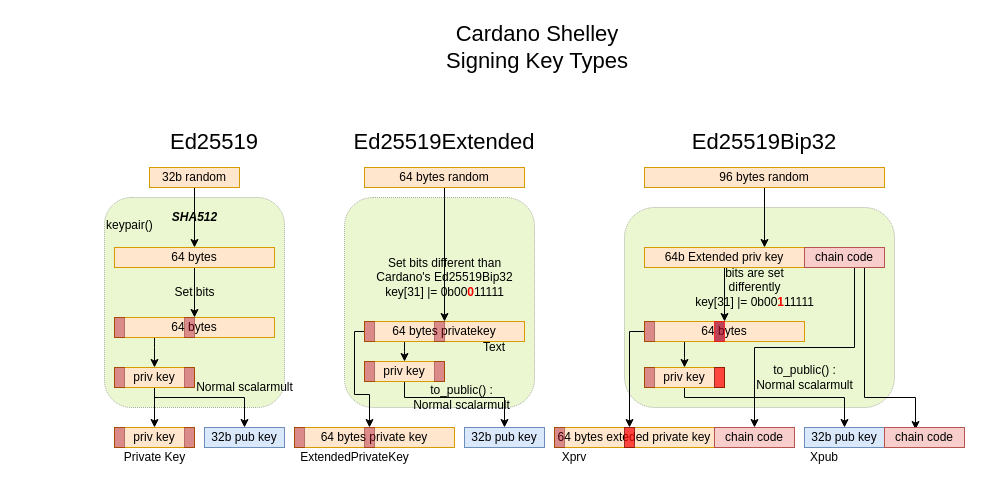
ilap/ShelleyStuffs keeps this draw.io diagram as diagrams/Ed25519 Types.drawio. Above is the earlier version. Source tidied: cells renumbered, new cells numbered last; positions are measured from the earlier drawing's top-left corner, leaving out a move shared by most shapes. Both pictures are drawn from the tidied source at 100%, with x=0, y=0 at pixel (104, 17).
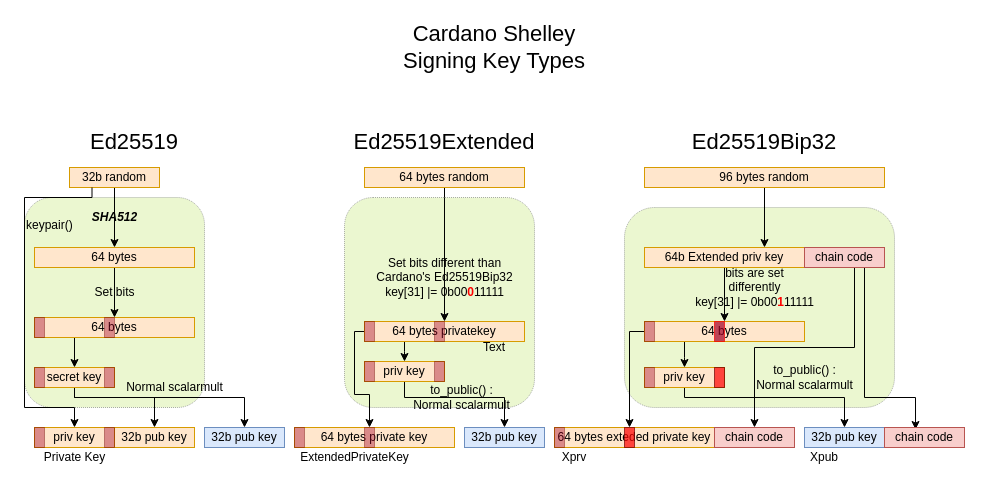
The same diagram, later.

Change to the diagram source:
```diff
@@
     <mxCell id="2" value="&lt;br&gt;keypair()" style="rounded=1;whiteSpace=wrap;html=1;fontSize=12;opacity=40;align=left;verticalAlign=top;dashed=1;dashPattern=1 1;fillColor=#cdeb8b;strokeColor=#36393d;" parent="1" vertex="1">
-      <mxGeometry y="180" width="180" height="210" as="geometry" />
+      <mxGeometry x="-80" y="180" width="180" height="210" as="geometry" />
     </mxCell>
@@
     <mxCell id="10" value="Cardano Shelley &lt;br&gt;Signing Key Types " style="text;html=1;strokeColor=none;fillColor=none;align=center;verticalAlign=middle;whiteSpace=wrap;rounded=0;fontSize=22;" parent="1" vertex="1">
-      <mxGeometry x="252" width="362" height="60" as="geometry" />
+      <mxGeometry x="209" width="362" height="60" as="geometry" />
     </mxCell>
     <mxCell id="11" value="Ed25519" style="text;html=1;strokeColor=none;fillColor=none;align=center;verticalAlign=middle;whiteSpace=wrap;rounded=0;fontSize=22;" parent="1" vertex="1">
-      <mxGeometry x="55" y="110" width="110" height="30" as="geometry" />
+      <mxGeometry x="-25" y="110" width="110" height="30" as="geometry" />
     </mxCell>
@@
     <mxCell id="15" value="32b random" style="rounded=0;whiteSpace=wrap;html=1;fontSize=12;align=center;fillColor=#ffe6cc;strokeColor=#d79b00;" parent="1" vertex="1">
-      <mxGeometry x="45" y="150" width="90" height="20" as="geometry" />
+      <mxGeometry x="-35" y="150" width="90" height="20" as="geometry" />
     </mxCell>
@@
     <mxCell id="26" value="64 bytes" style="rounded=0;whiteSpace=wrap;html=1;fontSize=12;align=center;fillColor=#ffe6cc;strokeColor=#d79b00;fontStyle=0;" parent="1" vertex="1">
-      <mxGeometry x="10" y="230" width="160" height="20" as="geometry" />
+      <mxGeometry x="-70" y="230" width="160" height="20" as="geometry" />
     </mxCell>
-    <mxCell id="27" style="edgeStyle=orthogonalEdgeStyle;rounded=0;jettySize=auto;html=1;entryX=0.5;entryY=0;entryDx=0;entryDy=0;fontSize=12;entryPerimeter=0;" parent="1" edge="1" source="28" target="34">
+    <mxCell id="27" style="edgeStyle=orthogonalEdgeStyle;rounded=0;jettySize=auto;html=1;entryX=0.5;entryY=0;entryDx=0;entryDy=0;fontSize=12;exitX=0.25;exitY=1;exitDx=0;exitDy=0;" parent="1" edge="1" source="15" target="37">
       <mxGeometry relative="1" as="geometry">
         <Array as="points">
-          <mxPoint x="50" y="330" />
-          <mxPoint x="50" y="330" />
+          <mxPoint x="-12" y="180" />
+          <mxPoint x="-80" y="180" />
+          <mxPoint x="-80" y="390" />
+          <mxPoint x="-30" y="390" />
         </Array>
       </mxGeometry>
     </mxCell>
+    <mxCell id="68" style="edgeStyle=orthogonalEdgeStyle;rounded=0;jettySize=auto;html=1;entryX=0.5;entryY=0;entryDx=0;entryDy=0;exitX=0.25;exitY=1;exitDx=0;exitDy=0;" parent="1" edge="1" source="28" target="34">
+      <mxGeometry relative="1" as="geometry" />
+    </mxCell>
     <mxCell id="28" value="64 bytes" style="rounded=0;whiteSpace=wrap;html=1;fontSize=12;align=center;fillColor=#ffe6cc;strokeColor=#d79b00;fontStyle=0;" parent="1" vertex="1">
-      <mxGeometry x="10" y="300" width="160" height="20" as="geometry" />
+      <mxGeometry x="-70" y="300" width="160" height="20" as="geometry" />
     </mxCell>
     <mxCell id="29" style="rounded=0;whiteSpace=wrap;html=1;fontSize=12;align=center;fillColor=#a20025;strokeColor=#6F0000;fontColor=#ffffff;opacity=40;" parent="1" vertex="1">
-      <mxGeometry x="10" y="300" width="10" height="20" as="geometry" />
+      <mxGeometry x="-70" y="300" width="10" height="20" as="geometry" />
     </mxCell>
     <mxCell id="30" style="rounded=0;whiteSpace=wrap;html=1;fontSize=12;align=center;fillColor=#a20025;strokeColor=#6F0000;fontColor=#ffffff;opacity=40;" parent="1" vertex="1">
-      <mxGeometry x="80" y="300" width="10" height="20" as="geometry" />
+      <mxGeometry y="300" width="10" height="20" as="geometry" />
     </mxCell>
-    <mxCell id="31" value="32b pub key" style="rounded=0;whiteSpace=wrap;html=1;fontSize=12;align=center;fillColor=#dae8fc;strokeColor=#6c8ebf;fontStyle=0;" parent="1" vertex="1">
-      <mxGeometry x="100" y="410" width="80" height="20" as="geometry" />
+    <mxCell id="31" value="32b pub key" style="rounded=0;whiteSpace=wrap;html=1;fontSize=12;align=center;fillColor=#ffe6cc;strokeColor=#d79b00;fontStyle=0;" parent="1" vertex="1">
+      <mxGeometry x="10" y="410" width="80" height="20" as="geometry" />
     </mxCell>
     <mxCell id="32" value="Normal scalarmult" style="edgeStyle=orthogonalEdgeStyle;rounded=0;jettySize=auto;html=1;entryX=0.5;entryY=0;entryDx=0;entryDy=0;fontSize=12;labelBackgroundColor=none;" parent="1" edge="1" source="34" target="31">
-      <mxGeometry x="0.54" y="10" relative="1" as="geometry">
+      <mxGeometry x="0.5" y="22" relative="1" as="geometry">
         <Array as="points">
+          <mxPoint x="-30" y="380" />
           <mxPoint x="50" y="380" />
-          <mxPoint x="140" y="380" />
         </Array>
-        <mxPoint x="-10" y="-10" as="offset" />
+        <mxPoint x="-2" y="-10" as="offset" />
       </mxGeometry>
     </mxCell>
-    <mxCell id="33" style="edgeStyle=orthogonalEdgeStyle;rounded=0;jettySize=auto;html=1;entryX=0.5;entryY=0;entryDx=0;entryDy=0;labelBackgroundColor=none;fontSize=12;" parent="1" edge="1" source="34" target="37">
-      <mxGeometry x="-0.33" relative="1" as="geometry" />
-    </mxCell>
+    <mxCell id="69" style="edgeStyle=orthogonalEdgeStyle;rounded=0;jettySize=auto;html=1;exitX=0.5;exitY=1;exitDx=0;exitDy=0;entryX=0.5;entryY=0;entryDx=0;entryDy=0;" parent="1" edge="1" source="34" target="70">
+      <mxGeometry relative="1" as="geometry">
+        <Array as="points">
+          <mxPoint x="-30" y="380" />
+          <mxPoint x="140" y="380" />
+        </Array>
+      </mxGeometry>
+    </mxCell>
-    <mxCell id="34" value="priv key" style="rounded=0;whiteSpace=wrap;html=1;fontSize=12;align=center;fillColor=#ffe6cc;strokeColor=#d79b00;fontStyle=0;" parent="1" vertex="1">
-      <mxGeometry x="10" y="350" width="80" height="20" as="geometry" />
+    <mxCell id="34" value="secret key" style="rounded=0;whiteSpace=wrap;html=1;fontSize=12;align=center;fillColor=#ffe6cc;strokeColor=#d79b00;fontStyle=0;" parent="1" vertex="1">
+      <mxGeometry x="-70" y="350" width="80" height="20" as="geometry" />
     </mxCell>
     <mxCell id="35" style="rounded=0;whiteSpace=wrap;html=1;fontSize=12;align=center;fillColor=#a20025;strokeColor=#6F0000;fontColor=#ffffff;opacity=40;" parent="1" vertex="1">
-      <mxGeometry x="10" y="350" width="10" height="20" as="geometry" />
+      <mxGeometry x="-70" y="350" width="10" height="20" as="geometry" />
     </mxCell>
     <mxCell id="36" style="rounded=0;whiteSpace=wrap;html=1;fontSize=12;align=center;fillColor=#a20025;strokeColor=#6F0000;fontColor=#ffffff;opacity=40;" parent="1" vertex="1">
-      <mxGeometry x="80" y="350" width="10" height="20" as="geometry" />
+      <mxGeometry y="350" width="10" height="20" as="geometry" />
     </mxCell>
     <mxCell id="37" value="priv key" style="rounded=0;whiteSpace=wrap;html=1;fontSize=12;align=center;fillColor=#ffe6cc;strokeColor=#d79b00;fontStyle=0;" parent="1" vertex="1">
-      <mxGeometry x="10" y="410" width="80" height="20" as="geometry" />
+      <mxGeometry x="-70" y="410" width="80" height="20" as="geometry" />
     </mxCell>
     <mxCell id="38" style="rounded=0;whiteSpace=wrap;html=1;fontSize=12;align=center;fillColor=#a20025;strokeColor=#6F0000;fontColor=#ffffff;opacity=40;" parent="1" vertex="1">
-      <mxGeometry x="10" y="410" width="10" height="20" as="geometry" />
+      <mxGeometry x="-70" y="410" width="10" height="20" as="geometry" />
     </mxCell>
     <mxCell id="39" style="rounded=0;whiteSpace=wrap;html=1;fontSize=12;align=center;fillColor=#a20025;strokeColor=#6F0000;fontColor=#ffffff;opacity=40;" parent="1" vertex="1">
-      <mxGeometry x="80" y="410" width="10" height="20" as="geometry" />
+      <mxGeometry y="410" width="10" height="20" as="geometry" />
     </mxCell>
@@
     <mxCell id="64" value="Private Key" style="text;html=1;align=center;verticalAlign=middle;fontSize=12;" parent="1" vertex="1">
-      <mxGeometry x="10" y="430" width="80" height="20" as="geometry" />
+      <mxGeometry x="-70" y="430" width="80" height="20" as="geometry" />
     </mxCell>
@@
+    <mxCell id="70" value="32b pub key" style="rounded=0;whiteSpace=wrap;html=1;fontSize=12;align=center;fillColor=#dae8fc;strokeColor=#6c8ebf;fontStyle=0;" parent="1" vertex="1">
+      <mxGeometry x="100" y="410" width="80" height="20" as="geometry" />
+    </mxCell>
```
